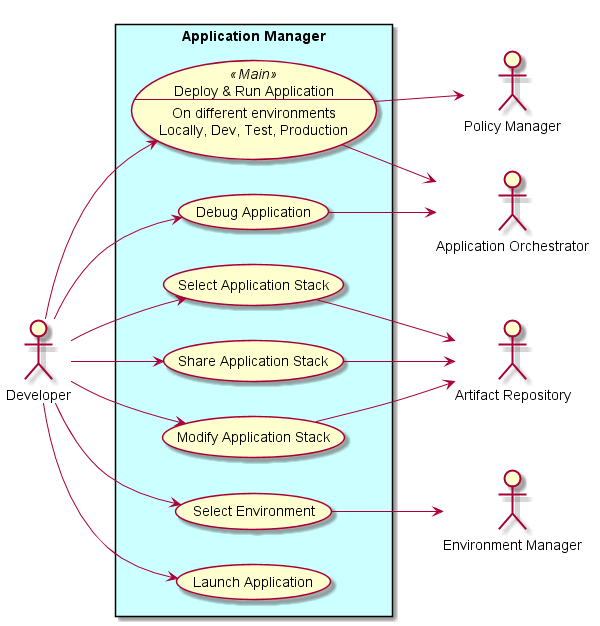
The PlantUML diagram docs/Solution/Application-Manager/UseCases.png in CAADE/C3, before a commit. Source of this version:
```plantuml
@startuml

left to right direction

actor :Developer:

actor :Policy Manager:
actor :Environment Manager:
actor :Application Orchestrator:
actor :Artifact Repository:

rectangle "Application Manager" #ccffff {
    UseCase DRA <<Main>> as "Deploy & Run Application
    ---
    On different environments
    Locally, Dev, Test, Production
    "

    UseCase SAS as "Select Application Stack"
    UseCase SE  as "Select Environment"
    UseCase DA as "Debug Application"
    UseCase MAS as "Modify Application Stack"
    UseCase SAS2 as "Share Application Stack"
    UseCase LA  as "Launch Application"

    Developer --> DRA
    Developer --> LA
    Developer --> SAS
    Developer --> DA
    Developer --> MAS
    Developer --> SAS2
    Developer --> SE
    SE --> (Environment Manager)
    SAS2 --> (Artifact Repository)
    SAS --> (Artifact Repository)
    MAS --> (Artifact Repository)
    DRA --> (Application Orchestrator)
    DA --> (Application Orchestrator)
    DRA --> (Policy Manager)
}

@enduml
```
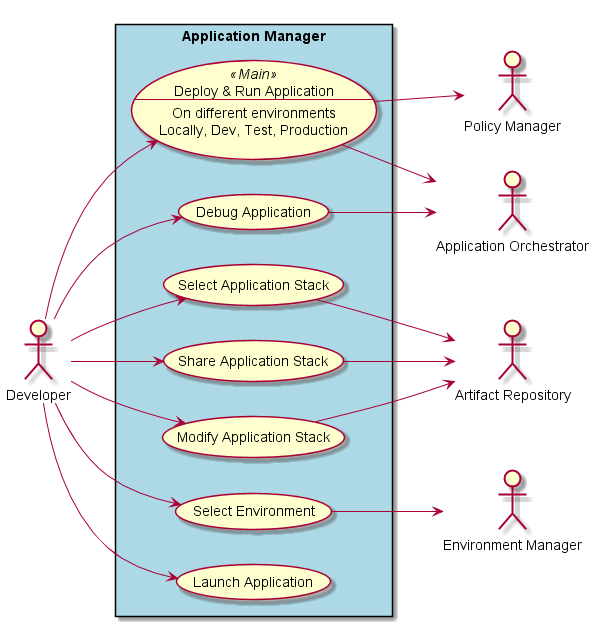
After the commit.

Change to the diagram source:
```diff
@@ -9,7 +9,7 @@
 actor :Application Orchestrator:
 actor :Artifact Repository:
 
-rectangle "Application Manager" #ccffff {
+rectangle "Application Manager" #lightblue {
     UseCase DRA <<Main>> as "Deploy & Run Application
     ---
     On different environments
```
